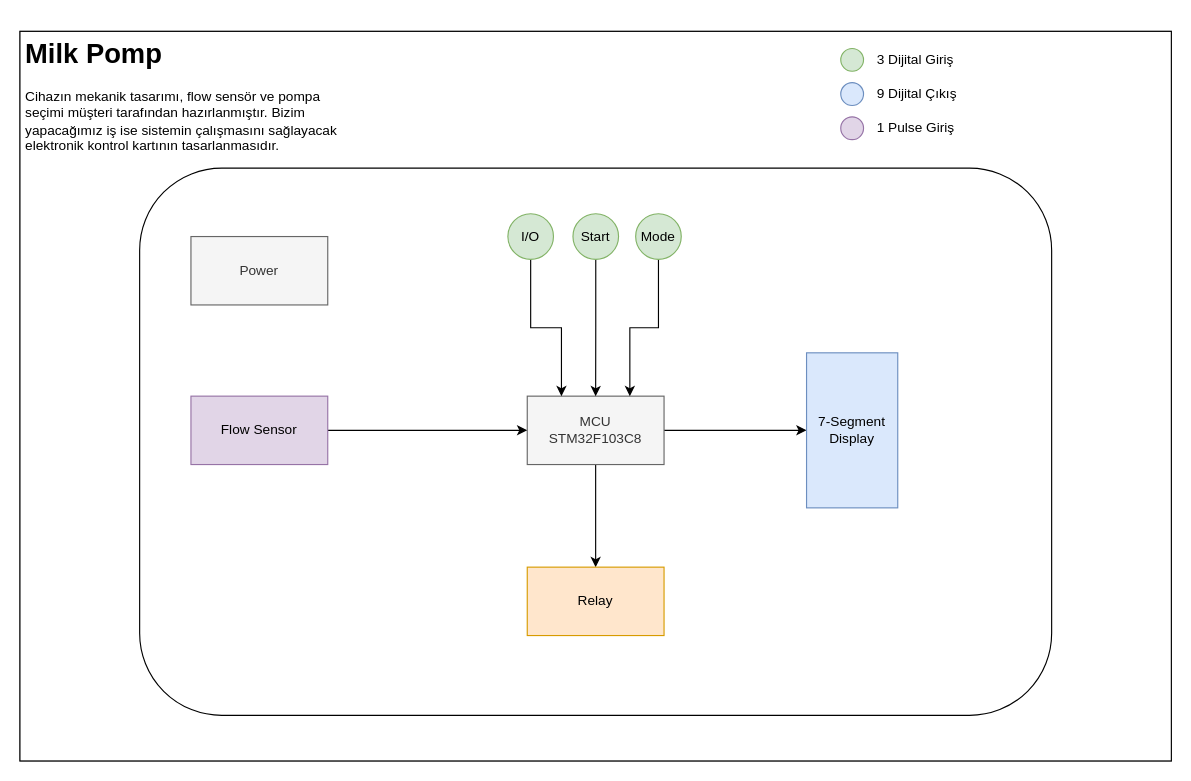
The draw.io diagram docs/block_diagram.drawio in karslioglu/MilkPomp, before the edit. Source tidied: cells renumbered, new cells numbered last; positions are measured from the earlier drawing's top-left corner, leaving out a move shared by most shapes. Both pictures are drawn from the tidied source at 114%, with x=0, y=0 at pixel (19, 31).
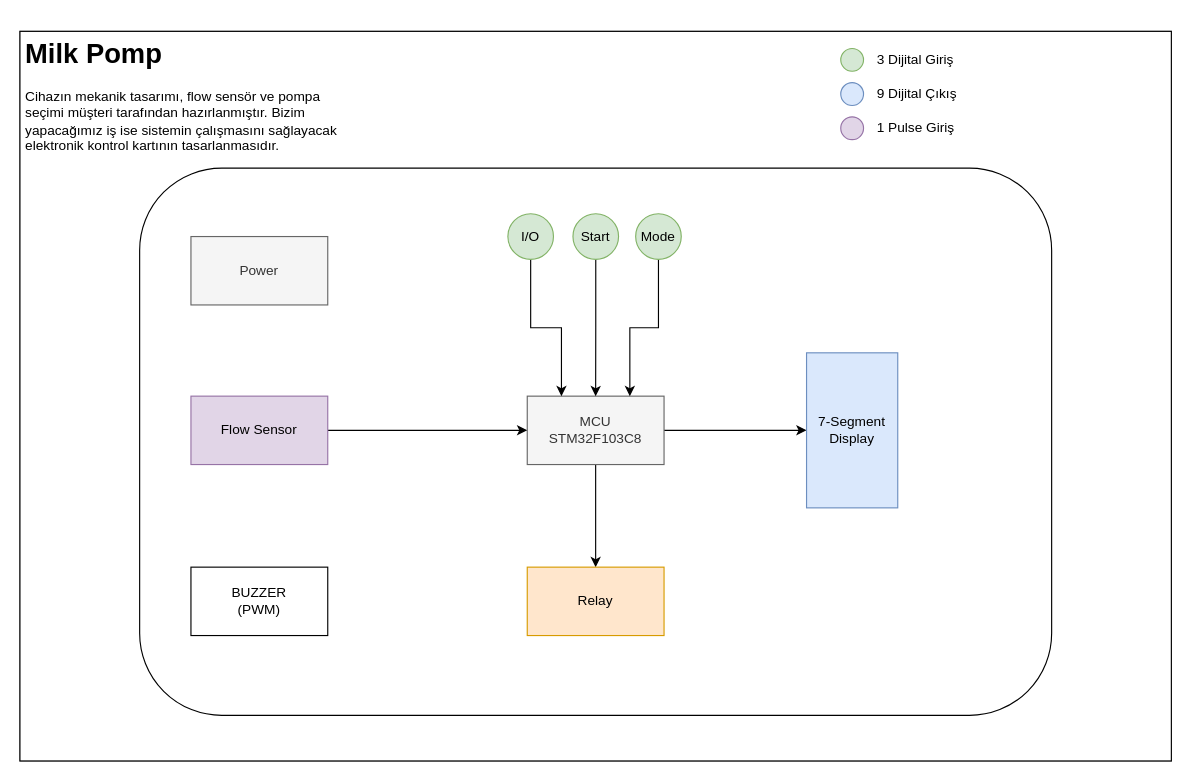
Above is the later version.

Commit message (it also covers changes not shown here):
Input buttons changed

The change refers to these unchanged cells:
```xml
<mxCell id="3" style="group;" parent="2" vertex="1">
  <mxGeometry width="1010" height="640" as="geometry" />
</mxCell>
```

The edit, as a diff of the source:
```diff
@@
+    <mxCell id="28" value="BUZZER&lt;br&gt;(PWM)" style="rounded=0;whiteSpace=wrap;html=1;" parent="3" vertex="1">
+      <mxGeometry x="150" y="470" width="120" height="60" as="geometry" />
+    </mxCell>
```
